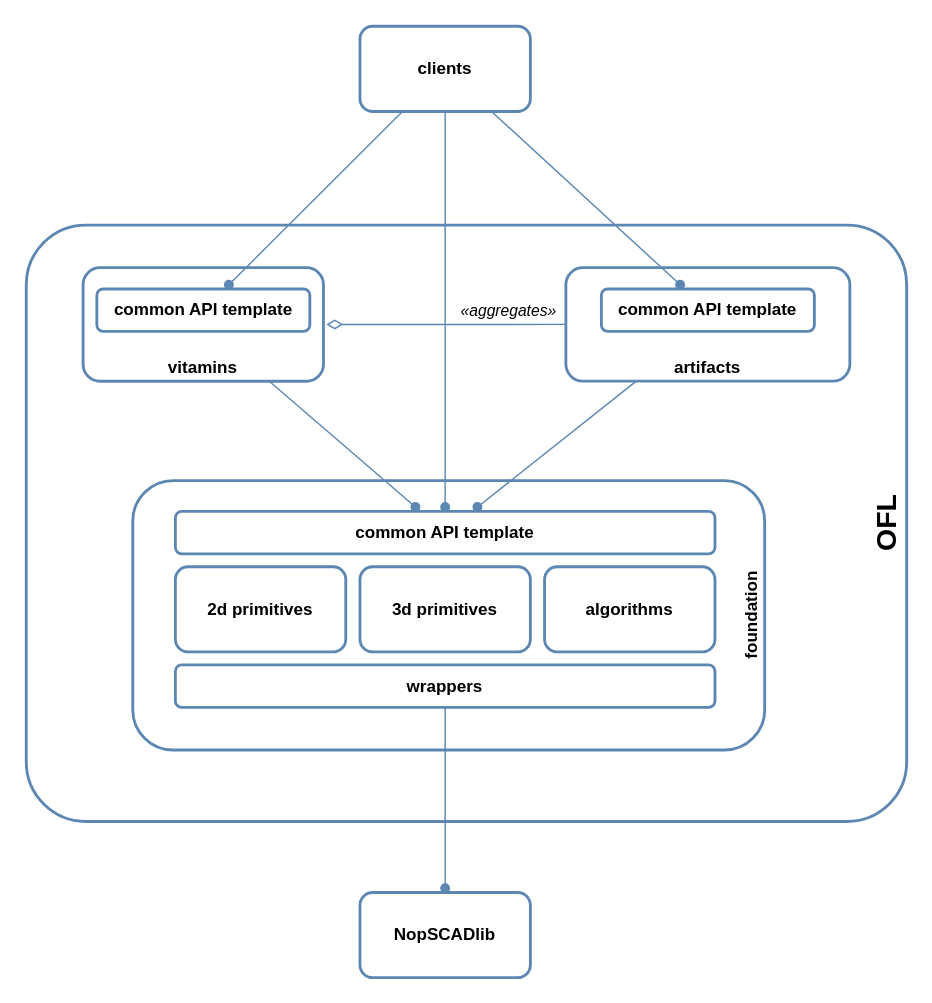
The draw.io diagram page "architecture" (1 of 2) of docs/architecture.drawio in ggabbiani/OFL, before the edit. Source tidied: cells renumbered, new cells numbered last; positions are measured from the earlier drawing's top-left corner, leaving out a move shared by most shapes. Both pictures are drawn from the tidied source at 142%, with x=0, y=0 at pixel (26, 26).
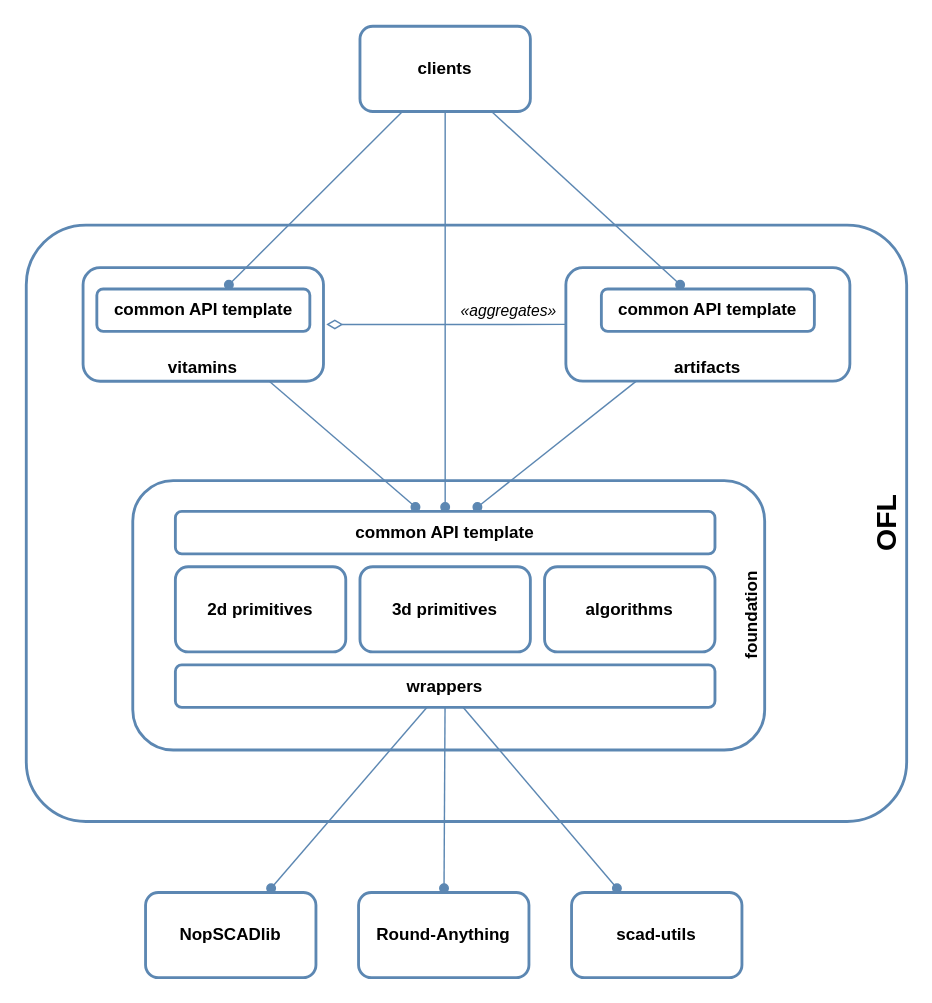
The same page after the edit.

The change refers to these unchanged cells:
```xml
<mxCell id="15" value="wrappers" style="rounded=1;whiteSpace=wrap;html=1;fontStyle=1;strokeColor=#5C87B2;strokeWidth=2;fillStyle=auto;" parent="10" vertex="1">
  <mxGeometry x="30" y="129.7" width="380" height="30" as="geometry" />
</mxCell>
```

What changed in the source:
```diff
@@
-    <mxCell id="3" value="&lt;font style=&quot;font-size: 12px;&quot;&gt;&lt;b&gt;NopSCADlib&lt;/b&gt;&lt;/font&gt;" style="rounded=1;whiteSpace=wrap;html=1;strokeColor=#5C87B2;strokeWidth=2;" parent="1" vertex="1">
-      <mxGeometry x="235" y="610" width="120" height="60" as="geometry" />
-    </mxCell>
+    <object id="3" label="&lt;font style=&quot;font-size: 12px;&quot;&gt;&lt;b&gt;%name%&lt;/b&gt;&lt;/font&gt;" name="Round-Anything" placeholders="1">
+      <mxCell style="rounded=1;whiteSpace=wrap;html=1;strokeColor=#5C87B2;strokeWidth=2;" parent="1" vertex="1">
+        <mxGeometry x="234" y="610" width="120" height="60" as="geometry" />
+      </mxCell>
+    </object>
@@
+    <object id="22" label="&lt;font style=&quot;font-size: 12px;&quot;&gt;&lt;b&gt;%name%&lt;/b&gt;&lt;/font&gt;" name="scad-utils" placeholders="1">
+      <mxCell style="rounded=1;whiteSpace=wrap;html=1;strokeColor=#5C87B2;strokeWidth=2;" parent="1" vertex="1">
+        <mxGeometry x="384" y="610" width="120" height="60" as="geometry" />
+      </mxCell>
+    </object>
+    <object id="23" label="&lt;font style=&quot;font-size: 12px;&quot;&gt;&lt;b&gt;%name%&lt;/b&gt;&lt;/font&gt;" name="NopSCADlib" placeholders="1">
+      <mxCell style="rounded=1;whiteSpace=wrap;html=1;strokeColor=#5C87B2;strokeWidth=2;" parent="1" vertex="1">
+        <mxGeometry x="84" y="610" width="120" height="60" as="geometry" />
+      </mxCell>
+    </object>
+    <mxCell id="24" style="rounded=0;jettySize=auto;html=1;endArrow=oval;endFill=1;targetPerimeterSpacing=3;strokeColor=#5C87B2;" parent="1" edge="1" source="15" target="23">
+      <mxGeometry relative="1" as="geometry" />
+    </mxCell>
+    <mxCell id="25" style="rounded=0;jettySize=auto;html=1;endArrow=oval;endFill=1;targetPerimeterSpacing=3;strokeColor=#5C87B2;" parent="1" edge="1" source="15" target="22">
+      <mxGeometry relative="1" as="geometry" />
+    </mxCell>
```
